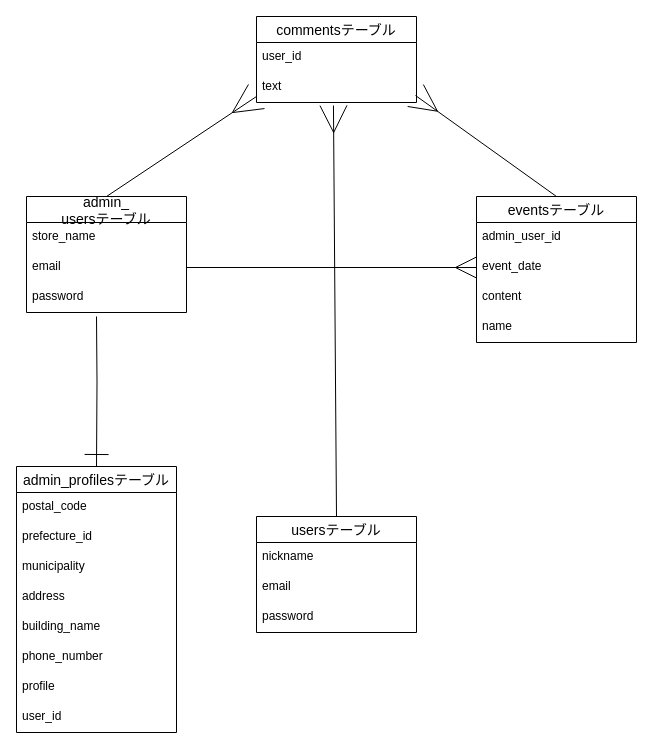
The draw.io diagram cipher.dio in hayato-lang/cipher, before the edit. Source tidied: cells renumbered, new cells numbered last; positions are measured from the earlier drawing's top-left corner, leaving out a move shared by most shapes. Both pictures are drawn from the tidied source at 100%, with x=0, y=0 at pixel (16, 16).
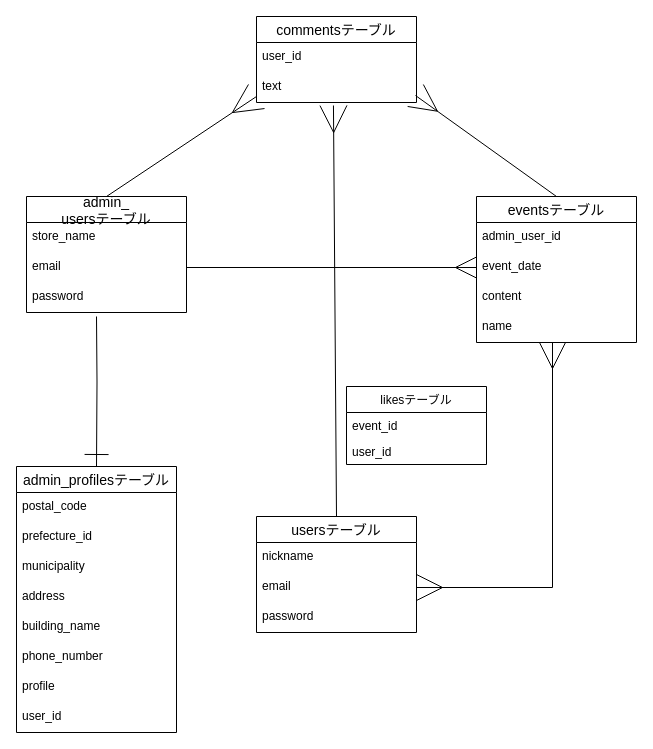
After the change.

Commit message (it also covers changes not shown here):
いいねテーブルを追加

Unchanged cells that the change refers to:
```xml
<mxCell id="15" value="name&#10;" style="text;strokeColor=none;fillColor=none;spacingLeft=4;spacingRight=4;overflow=hidden;points=[[0,0.5],[1,0.5]];portConstraint=eastwest;fontSize=12;" parent="11" vertex="1">
  <mxGeometry y="116" width="160" height="30" as="geometry" />
</mxCell>
<mxCell id="30" value="email" style="text;strokeColor=none;fillColor=none;spacingLeft=4;spacingRight=4;overflow=hidden;points=[[0,0.5],[1,0.5]];portConstraint=eastwest;fontSize=12;" parent="28" vertex="1">
  <mxGeometry y="56" width="160" height="30" as="geometry" />
</mxCell>
```

Change to the diagram source:
```diff
@@
+    <mxCell id="32" value="likesテーブル" style="swimlane;fontStyle=0;horizontal=1;startSize=26;fillColor=none;" parent="1" vertex="1">
+      <mxGeometry x="330" y="370" width="140" height="78" as="geometry" />
+    </mxCell>
+    <mxCell id="33" value="event_id" style="text;strokeColor=none;fillColor=none;align=left;verticalAlign=top;spacingLeft=4;spacingRight=4;overflow=hidden;" parent="32" vertex="1">
+      <mxGeometry y="26" width="140" height="26" as="geometry" />
+    </mxCell>
+    <mxCell id="34" value="user_id" style="text;strokeColor=none;fillColor=none;align=left;verticalAlign=top;spacingLeft=4;spacingRight=4;overflow=hidden;" parent="32" vertex="1">
+      <mxGeometry y="52" width="140" height="26" as="geometry" />
+    </mxCell>
+    <mxCell id="35" style="edgeStyle=orthogonalEdgeStyle;rounded=0;jettySize=auto;html=1;exitX=1;exitY=0.5;exitDx=0;exitDy=0;entryX=0.475;entryY=1;entryDx=0;entryDy=0;entryPerimeter=0;endArrow=ERmany;endFill=0;startArrow=ERmany;startFill=0;endSize=24;startSize=24;" parent="1" edge="1" source="30" target="15">
+      <mxGeometry relative="1" as="geometry" />
+    </mxCell>
```
